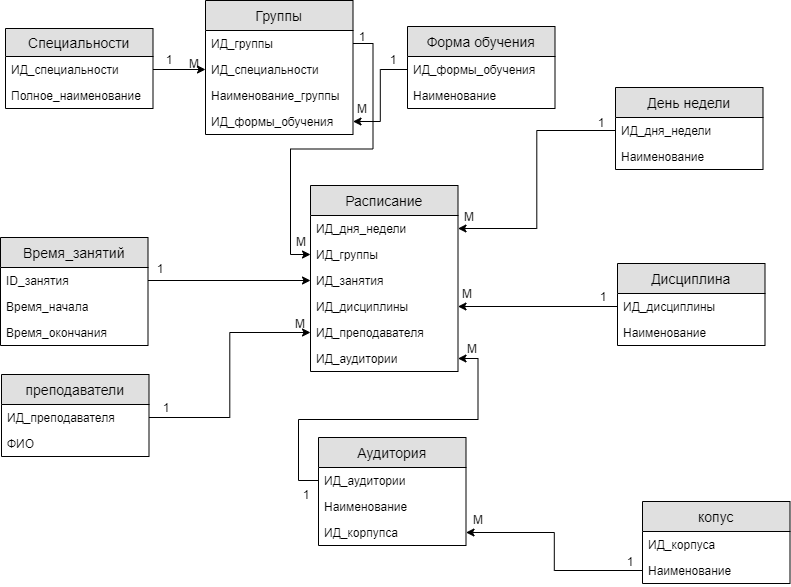
Before: база_данных.png, a diagram exported from draw.io (Sayikoro/DBFRead). Source tidied: cells renumbered, new cells last; positions are measured from the earlier drawing's top-left corner, leaving out a move shared by most shapes.
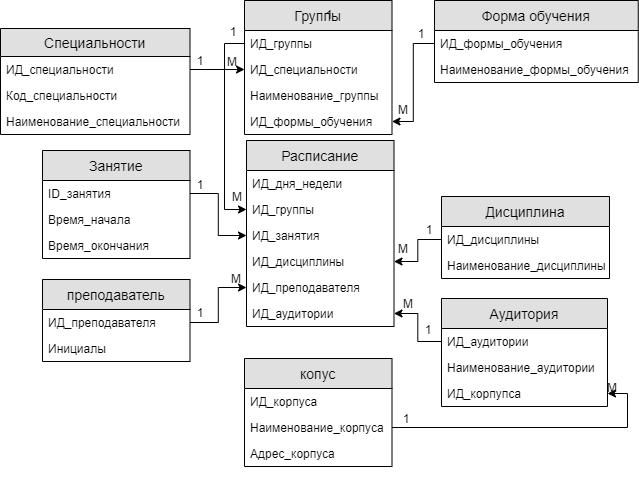
After the commit.

Diff of the diagram source:
```diff
@@ -9,16 +9,19 @@
       </mxGeometry>
     </mxCell>
     <mxCell id="3" value="Специальности" style="swimlane;fontStyle=0;horizontal=1;startSize=28;fillColor=#e0e0e0;swimlaneFillColor=#ffffff;align=center;fontSize=14;direction=east;gradientColor=none;" parent="1" vertex="1">
-      <mxGeometry x="5" y="28" width="147.5" height="80" as="geometry" />
+      <mxGeometry x="64" y="73" width="189.5" height="106" as="geometry" />
     </mxCell>
     <mxCell id="4" value="ИД_специальности" style="text;strokeColor=none;fillColor=none;spacingLeft=4;spacingRight=4;overflow=hidden;points=[[0,0.5],[1,0.5]];portConstraint=eastwest;fontSize=12;" parent="3" vertex="1">
-      <mxGeometry y="28" width="147.5" height="26" as="geometry" />
+      <mxGeometry y="28" width="189.5" height="26" as="geometry" />
     </mxCell>
+    <mxCell id="67" value="Код_специальности" style="text;strokeColor=none;fillColor=none;spacingLeft=4;spacingRight=4;overflow=hidden;fontSize=12;" parent="3" vertex="1">
+      <mxGeometry y="54" width="189.5" height="26" as="geometry" />
+    </mxCell>
-    <mxCell id="5" value="Полное_наименование" style="text;strokeColor=none;fillColor=none;spacingLeft=4;spacingRight=4;overflow=hidden;fontSize=12;" parent="3" vertex="1">
-      <mxGeometry y="54" width="147.5" height="26" as="geometry" />
+    <mxCell id="5" value="Наименование_специальности" style="text;strokeColor=none;fillColor=none;spacingLeft=4;spacingRight=4;overflow=hidden;fontSize=12;" parent="3" vertex="1">
+      <mxGeometry y="80" width="189.5" height="26" as="geometry" />
     </mxCell>
     <mxCell id="6" value="Группы" style="swimlane;fontStyle=0;horizontal=1;startSize=30;fillColor=#e0e0e0;swimlaneFillColor=#ffffff;align=center;fontSize=14;direction=east;gradientColor=none;" parent="1" vertex="1">
-      <mxGeometry x="205" width="147.5" height="134" as="geometry" />
+      <mxGeometry x="308" y="45" width="147.5" height="134" as="geometry" />
     </mxCell>
     <mxCell id="7" value="ИД_группы" style="text;strokeColor=none;fillColor=none;spacingLeft=4;spacingRight=4;overflow=hidden;points=[[0,0.5],[1,0.5]];portConstraint=eastwest;fontSize=12;" parent="6" vertex="1">
       <mxGeometry y="30" width="147.5" height="26" as="geometry" />
@@ -36,58 +39,49 @@
       <mxGeometry relative="1" as="geometry" />
     </mxCell>
     <mxCell id="12" value="Форма обучения" style="swimlane;fontStyle=0;horizontal=1;startSize=30;fillColor=#e0e0e0;swimlaneFillColor=#ffffff;align=center;fontSize=14;direction=east;gradientColor=none;" parent="1" vertex="1">
-      <mxGeometry x="407" y="26" width="147.5" height="82" as="geometry" />
+      <mxGeometry x="498" y="45" width="203.8" height="82" as="geometry" />
     </mxCell>
     <mxCell id="13" value="ИД_формы_обучения" style="text;strokeColor=none;fillColor=none;spacingLeft=4;spacingRight=4;overflow=hidden;points=[[0,0.5],[1,0.5]];portConstraint=eastwest;fontSize=12;" parent="12" vertex="1">
-      <mxGeometry y="30" width="147.5" height="26" as="geometry" />
+      <mxGeometry y="30" width="203.8" height="26" as="geometry" />
     </mxCell>
-    <mxCell id="14" value="Наименование" style="text;strokeColor=none;fillColor=none;spacingLeft=4;spacingRight=4;overflow=hidden;fontSize=12;" parent="12" vertex="1">
-      <mxGeometry y="56" width="147.5" height="26" as="geometry" />
+    <mxCell id="14" value="Наименование_формы_обучения" style="text;strokeColor=none;fillColor=none;spacingLeft=4;spacingRight=4;overflow=hidden;fontSize=12;" parent="12" vertex="1">
+      <mxGeometry y="56" width="203.8" height="26" as="geometry" />
     </mxCell>
     <mxCell id="15" style="edgeStyle=orthogonalEdgeStyle;rounded=0;jettySize=auto;html=1;entryX=1;entryY=0.5;entryDx=0;entryDy=0;" parent="1" edge="1" source="13" target="10">
       <mxGeometry relative="1" as="geometry" />
     </mxCell>
-    <mxCell id="16" value="День недели" style="swimlane;fontStyle=0;horizontal=1;startSize=30;fillColor=#e0e0e0;swimlaneFillColor=#ffffff;align=center;fontSize=14;direction=east;gradientColor=none;" parent="1" vertex="1">
-      <mxGeometry x="615" y="87" width="147.5" height="82" as="geometry" />
-    </mxCell>
-    <mxCell id="17" value="ИД_дня_недели" style="text;strokeColor=none;fillColor=none;spacingLeft=4;spacingRight=4;overflow=hidden;points=[[0,0.5],[1,0.5]];portConstraint=eastwest;fontSize=12;" parent="16" vertex="1">
-      <mxGeometry y="30" width="147.5" height="26" as="geometry" />
-    </mxCell>
-    <mxCell id="18" value="Наименование" style="text;strokeColor=none;fillColor=none;spacingLeft=4;spacingRight=4;overflow=hidden;fontSize=12;" parent="16" vertex="1">
-      <mxGeometry y="56" width="147.5" height="26" as="geometry" />
-    </mxCell>
-    <mxCell id="19" value="преподаватели" style="swimlane;fontStyle=0;horizontal=1;startSize=30;fillColor=#e0e0e0;swimlaneFillColor=#ffffff;align=center;fontSize=14;direction=east;gradientColor=none;" parent="1" vertex="1">
-      <mxGeometry x="1" y="374" width="147.5" height="82" as="geometry" />
+    <mxCell id="19" value="преподаватель" style="swimlane;fontStyle=0;horizontal=1;startSize=30;fillColor=#e0e0e0;swimlaneFillColor=#ffffff;align=center;fontSize=14;direction=east;gradientColor=none;" parent="1" vertex="1">
+      <mxGeometry x="106" y="324" width="147.5" height="82" as="geometry" />
     </mxCell>
     <mxCell id="20" value="ИД_преподавателя" style="text;strokeColor=none;fillColor=none;spacingLeft=4;spacingRight=4;overflow=hidden;points=[[0,0.5],[1,0.5]];portConstraint=eastwest;fontSize=12;" parent="19" vertex="1">
       <mxGeometry y="30" width="147.5" height="26" as="geometry" />
     </mxCell>
-    <mxCell id="21" value="ФИО" style="text;strokeColor=none;fillColor=none;spacingLeft=4;spacingRight=4;overflow=hidden;fontSize=12;" parent="19" vertex="1">
+    <mxCell id="21" value="Инициалы" style="text;strokeColor=none;fillColor=none;spacingLeft=4;spacingRight=4;overflow=hidden;fontSize=12;" parent="19" vertex="1">
       <mxGeometry y="56" width="147.5" height="26" as="geometry" />
     </mxCell>
     <mxCell id="22" value="Дисциплина" style="swimlane;fontStyle=0;horizontal=1;startSize=30;fillColor=#e0e0e0;swimlaneFillColor=#ffffff;align=center;fontSize=14;direction=east;gradientColor=none;" parent="1" vertex="1">
-      <mxGeometry x="617" y="263" width="147.5" height="82" as="geometry" />
+      <mxGeometry x="505" y="241" width="168" height="82" as="geometry" />
     </mxCell>
     <mxCell id="23" value="ИД_дисциплины" style="text;strokeColor=none;fillColor=none;spacingLeft=4;spacingRight=4;overflow=hidden;points=[[0,0.5],[1,0.5]];portConstraint=eastwest;fontSize=12;" parent="22" vertex="1">
-      <mxGeometry y="30" width="147.5" height="26" as="geometry" />
+      <mxGeometry y="30" width="168" height="26" as="geometry" />
     </mxCell>
-    <mxCell id="24" value="Наименование" style="text;strokeColor=none;fillColor=none;spacingLeft=4;spacingRight=4;overflow=hidden;fontSize=12;" parent="22" vertex="1">
-      <mxGeometry y="56" width="147.5" height="26" as="geometry" />
+    <mxCell id="24" value="Наименование_дисциплины" style="text;strokeColor=none;fillColor=none;spacingLeft=4;spacingRight=4;overflow=hidden;fontSize=12;" parent="22" vertex="1">
+      <mxGeometry y="56" width="168" height="26" as="geometry" />
     </mxCell>
     <mxCell id="25" value="Аудитория" style="swimlane;fontStyle=0;horizontal=1;startSize=30;fillColor=#e0e0e0;swimlaneFillColor=#ffffff;align=center;fontSize=14;direction=east;gradientColor=none;" parent="1" vertex="1">
-      <mxGeometry x="318" y="437" width="147.5" height="108" as="geometry" />
+      <mxGeometry x="505" y="343" width="166" height="108" as="geometry" />
     </mxCell>
     <mxCell id="26" value="ИД_аудитории" style="text;strokeColor=none;fillColor=none;spacingLeft=4;spacingRight=4;overflow=hidden;points=[[0,0.5],[1,0.5]];portConstraint=eastwest;fontSize=12;" parent="25" vertex="1">
-      <mxGeometry y="30" width="147.5" height="26" as="geometry" />
+      <mxGeometry y="30" width="166" height="26" as="geometry" />
     </mxCell>
-    <mxCell id="27" value="Наименование" style="text;strokeColor=none;fillColor=none;spacingLeft=4;spacingRight=4;overflow=hidden;fontSize=12;" parent="25" vertex="1">
-      <mxGeometry y="56" width="147.5" height="26" as="geometry" />
+    <mxCell id="27" value="Наименование_аудитории" style="text;strokeColor=none;fillColor=none;spacingLeft=4;spacingRight=4;overflow=hidden;fontSize=12;" parent="25" vertex="1">
+      <mxGeometry y="56" width="166" height="26" as="geometry" />
     </mxCell>
     <mxCell id="28" value="ИД_корпупса" style="text;strokeColor=none;fillColor=none;spacingLeft=4;spacingRight=4;overflow=hidden;points=[[0,0.5],[1,0.5]];portConstraint=eastwest;fontSize=12;" parent="25" vertex="1">
-      <mxGeometry y="82" width="147.5" height="26" as="geometry" />
+      <mxGeometry y="82" width="166" height="26" as="geometry" />
     </mxCell>
-    <mxCell id="29" value="Время_занятий" style="swimlane;fontStyle=0;horizontal=1;startSize=30;fillColor=#e0e0e0;swimlaneFillColor=#ffffff;align=center;fontSize=14;direction=east;gradientColor=none;" parent="1" vertex="1">
-      <mxGeometry y="237" width="147.5" height="108" as="geometry" />
+    <mxCell id="29" value="Занятие" style="swimlane;fontStyle=0;horizontal=1;startSize=30;fillColor=#e0e0e0;swimlaneFillColor=#ffffff;align=center;fontSize=14;direction=east;gradientColor=none;" parent="1" vertex="1">
+      <mxGeometry x="106" y="195" width="147.5" height="108" as="geometry" />
     </mxCell>
     <mxCell id="30" value="ID_занятия" style="text;strokeColor=none;fillColor=none;spacingLeft=4;spacingRight=4;overflow=hidden;points=[[0,0.5],[1,0.5]];portConstraint=eastwest;fontSize=12;" parent="29" vertex="1">
       <mxGeometry y="30" width="147.5" height="26" as="geometry" />
@@ -99,14 +93,17 @@
       <mxGeometry y="82" width="147.5" height="26" as="geometry" />
     </mxCell>
     <mxCell id="33" value="копус" style="swimlane;fontStyle=0;horizontal=1;startSize=30;fillColor=#e0e0e0;swimlaneFillColor=#ffffff;align=center;fontSize=14;direction=east;gradientColor=none;" parent="1" vertex="1">
-      <mxGeometry x="642" y="501" width="147.5" height="82" as="geometry" />
+      <mxGeometry x="308" y="403" width="147.5" height="108" as="geometry" />
     </mxCell>
     <mxCell id="34" value="ИД_корпуса" style="text;strokeColor=none;fillColor=none;spacingLeft=4;spacingRight=4;overflow=hidden;fontSize=12;" parent="33" vertex="1">
       <mxGeometry y="30" width="147.5" height="26" as="geometry" />
     </mxCell>
-    <mxCell id="35" value="Наименование" style="text;strokeColor=none;fillColor=none;spacingLeft=4;spacingRight=4;overflow=hidden;points=[[0,0.5],[1,0.5]];portConstraint=eastwest;fontSize=12;" parent="33" vertex="1">
+    <mxCell id="35" value="Наименование_корпуса" style="text;strokeColor=none;fillColor=none;spacingLeft=4;spacingRight=4;overflow=hidden;points=[[0,0.5],[1,0.5]];portConstraint=eastwest;fontSize=12;" parent="33" vertex="1">
       <mxGeometry y="56" width="147.5" height="26" as="geometry" />
     </mxCell>
+    <mxCell id="68" value="Адрес_корпуса" style="text;strokeColor=none;fillColor=none;spacingLeft=4;spacingRight=4;overflow=hidden;fontSize=12;" parent="33" vertex="1">
+      <mxGeometry y="82" width="147.5" height="26" as="geometry" />
+    </mxCell>
     <mxCell id="36" value="Расписание" style="swimlane;fontStyle=0;horizontal=1;startSize=30;fillColor=#e0e0e0;swimlaneFillColor=#ffffff;align=center;fontSize=14;direction=east;gradientColor=none;" parent="1" vertex="1">
       <mxGeometry x="310" y="185" width="147.5" height="186" as="geometry" />
     </mxCell>
@@ -128,10 +125,7 @@
     <mxCell id="42" value="ИД_аудитории" style="text;strokeColor=none;fillColor=none;spacingLeft=4;spacingRight=4;overflow=hidden;points=[[0,0.5],[1,0.5]];portConstraint=eastwest;fontSize=12;" parent="36" vertex="1">
       <mxGeometry y="160" width="147.5" height="26" as="geometry" />
     </mxCell>
-    <mxCell id="43" style="edgeStyle=orthogonalEdgeStyle;rounded=0;jettySize=auto;html=1;" parent="1" edge="1" source="17" target="37">
-      <mxGeometry relative="1" as="geometry" />
-    </mxCell>
-    <mxCell id="44" style="edgeStyle=orthogonalEdgeStyle;rounded=0;jettySize=auto;html=1;" parent="1" edge="1" source="7" target="38">
+    <mxCell id="44" style="edgeStyle=orthogonalEdgeStyle;rounded=0;jettySize=auto;html=1;exitX=0;exitY=0.5;exitDx=0;exitDy=0;" parent="1" edge="1" source="7" target="38">
       <mxGeometry relative="1" as="geometry" />
     </mxCell>
     <mxCell id="45" style="edgeStyle=orthogonalEdgeStyle;rounded=0;jettySize=auto;html=1;entryX=0;entryY=0.5;entryDx=0;entryDy=0;" parent="1" edge="1" source="30" target="39">
@@ -143,20 +137,20 @@
     <mxCell id="47" style="edgeStyle=orthogonalEdgeStyle;rounded=0;jettySize=auto;html=1;" parent="1" edge="1" source="26" target="42">
       <mxGeometry relative="1" as="geometry" />
     </mxCell>
-    <mxCell id="48" style="edgeStyle=orthogonalEdgeStyle;rounded=0;jettySize=auto;html=1;entryX=1;entryY=0.5;entryDx=0;entryDy=0;exitX=0;exitY=0.5;exitDx=0;exitDy=0;" parent="1" edge="1" source="35" target="28">
+    <mxCell id="48" style="edgeStyle=orthogonalEdgeStyle;rounded=0;jettySize=auto;html=1;entryX=1;entryY=0.5;entryDx=0;entryDy=0;exitX=1;exitY=0.5;exitDx=0;exitDy=0;" parent="1" edge="1" source="35" target="28">
       <mxGeometry relative="1" as="geometry" />
     </mxCell>
     <mxCell id="49" style="edgeStyle=orthogonalEdgeStyle;rounded=0;jettySize=auto;html=1;" parent="1" edge="1" source="23" target="40">
       <mxGeometry relative="1" as="geometry" />
     </mxCell>
     <mxCell id="50" value="1" style="text;html=1;strokeColor=none;fillColor=none;align=center;verticalAlign=middle;whiteSpace=wrap;rounded=0;" parent="1" vertex="1">
-      <mxGeometry x="146" y="397" width="40" height="20" as="geometry" />
+      <mxGeometry x="244" y="347" width="40" height="20" as="geometry" />
     </mxCell>
     <mxCell id="51" value="М" style="text;html=1;strokeColor=none;fillColor=none;align=center;verticalAlign=middle;whiteSpace=wrap;rounded=0;" parent="1" vertex="1">
-      <mxGeometry x="174" y="53" width="40" height="20" as="geometry" />
+      <mxGeometry x="276" y="96" width="40" height="20" as="geometry" />
     </mxCell>
     <mxCell id="52" value="1" style="text;html=1;strokeColor=none;fillColor=none;align=center;verticalAlign=middle;whiteSpace=wrap;rounded=0;" parent="1" vertex="1">
-      <mxGeometry x="148.5" y="49" width="40" height="20" as="geometry" />
+      <mxGeometry x="244" y="95" width="40" height="20" as="geometry" />
     </mxCell>
     <mxCell id="53" value="М" style="text;html=1;strokeColor=none;fillColor=none;align=center;verticalAlign=middle;whiteSpace=wrap;rounded=0;" parent="1" vertex="1">
       <mxGeometry x="281" y="231" width="40" height="20" as="geometry" />
@@ -170,35 +164,32 @@
     <mxCell id="56" value="М" style="text;html=1;strokeColor=none;fillColor=none;align=center;verticalAlign=middle;whiteSpace=wrap;rounded=0;" parent="1" vertex="1">
       <mxGeometry x="447" y="283" width="40" height="20" as="geometry" />
     </mxCell>
-    <mxCell id="57" value="М" style="text;html=1;strokeColor=none;fillColor=none;align=center;verticalAlign=middle;whiteSpace=wrap;rounded=0;" parent="1" vertex="1">
-      <mxGeometry x="449" y="206" width="40" height="20" as="geometry" />
-    </mxCell>
     <mxCell id="58" value="М" style="text;html=1;strokeColor=none;fillColor=none;align=center;verticalAlign=middle;whiteSpace=wrap;rounded=0;" parent="1" vertex="1">
-      <mxGeometry x="458" y="509" width="40" height="20" as="geometry" />
+      <mxGeometry x="656" y="422" width="40" height="20" as="geometry" />
     </mxCell>
     <mxCell id="59" value="М" style="text;html=1;strokeColor=none;fillColor=none;align=center;verticalAlign=middle;whiteSpace=wrap;rounded=0;" parent="1" vertex="1">
-      <mxGeometry x="342" y="98" width="40" height="20" as="geometry" />
+      <mxGeometry x="447" y="144" width="40" height="20" as="geometry" />
     </mxCell>
     <mxCell id="60" value="1" style="text;html=1;strokeColor=none;fillColor=none;align=center;verticalAlign=middle;whiteSpace=wrap;rounded=0;" parent="1" vertex="1">
-      <mxGeometry x="140" y="258" width="40" height="20" as="geometry" />
+      <mxGeometry x="244" y="219" width="40" height="20" as="geometry" />
     </mxCell>
     <mxCell id="61" value="1" style="text;html=1;strokeColor=none;fillColor=none;align=center;verticalAlign=middle;whiteSpace=wrap;rounded=0;" parent="1" vertex="1">
-      <mxGeometry x="286" y="484" width="40" height="20" as="geometry" />
+      <mxGeometry x="472" y="364" width="40" height="20" as="geometry" />
     </mxCell>
     <mxCell id="62" value="1" style="text;html=1;strokeColor=none;fillColor=none;align=center;verticalAlign=middle;whiteSpace=wrap;rounded=0;" parent="1" vertex="1">
-      <mxGeometry x="610" y="551" width="40" height="20" as="geometry" />
+      <mxGeometry x="450" y="453" width="40" height="20" as="geometry" />
     </mxCell>
     <mxCell id="63" value="1" style="text;html=1;strokeColor=none;fillColor=none;align=center;verticalAlign=middle;whiteSpace=wrap;rounded=0;" parent="1" vertex="1">
-      <mxGeometry x="583" y="286" width="40" height="20" as="geometry" />
+      <mxGeometry x="473" y="264" width="40" height="20" as="geometry" />
     </mxCell>
-    <mxCell id="64" value="1" style="text;html=1;strokeColor=none;fillColor=none;align=center;verticalAlign=middle;whiteSpace=wrap;rounded=0;" parent="1" vertex="1">
-      <mxGeometry x="581" y="112" width="40" height="20" as="geometry" />
-    </mxCell>
     <mxCell id="65" value="1" style="text;html=1;strokeColor=none;fillColor=none;align=center;verticalAlign=middle;whiteSpace=wrap;rounded=0;" parent="1" vertex="1">
       <mxGeometry x="373" y="49" width="40" height="20" as="geometry" />
     </mxCell>
     <mxCell id="66" value="1" style="text;html=1;strokeColor=none;fillColor=none;align=center;verticalAlign=middle;whiteSpace=wrap;rounded=0;" parent="1" vertex="1">
-      <mxGeometry x="342" y="26" width="40" height="20" as="geometry" />
+      <mxGeometry x="465" y="68" width="40" height="20" as="geometry" />
     </mxCell>
+    <mxCell id="64" value="1" style="text;html=1;strokeColor=none;fillColor=none;align=center;verticalAlign=middle;whiteSpace=wrap;rounded=0;" parent="1" vertex="1">
+      <mxGeometry x="277" y="66" width="40" height="20" as="geometry" />
+    </mxCell>
   </root>
 </mxGraphModel>
```
